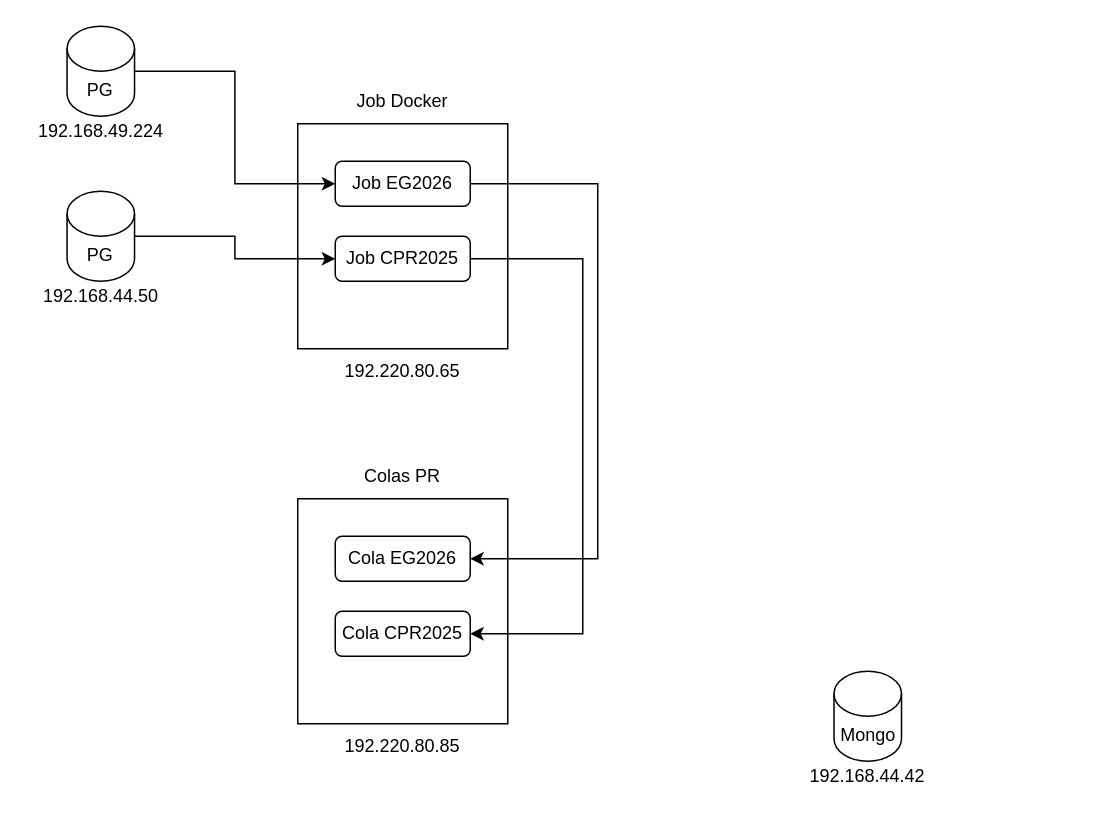
Above: sce.drawio in florescastrokevin/sce (draw.io), before the change. Source tidied: cells renumbered, new cells numbered last; positions are measured from the earlier drawing's top-left corner, leaving out a move shared by most shapes. Both pictures are drawn from the tidied source at 150%, with x=0, y=0 at pixel (26, 26).
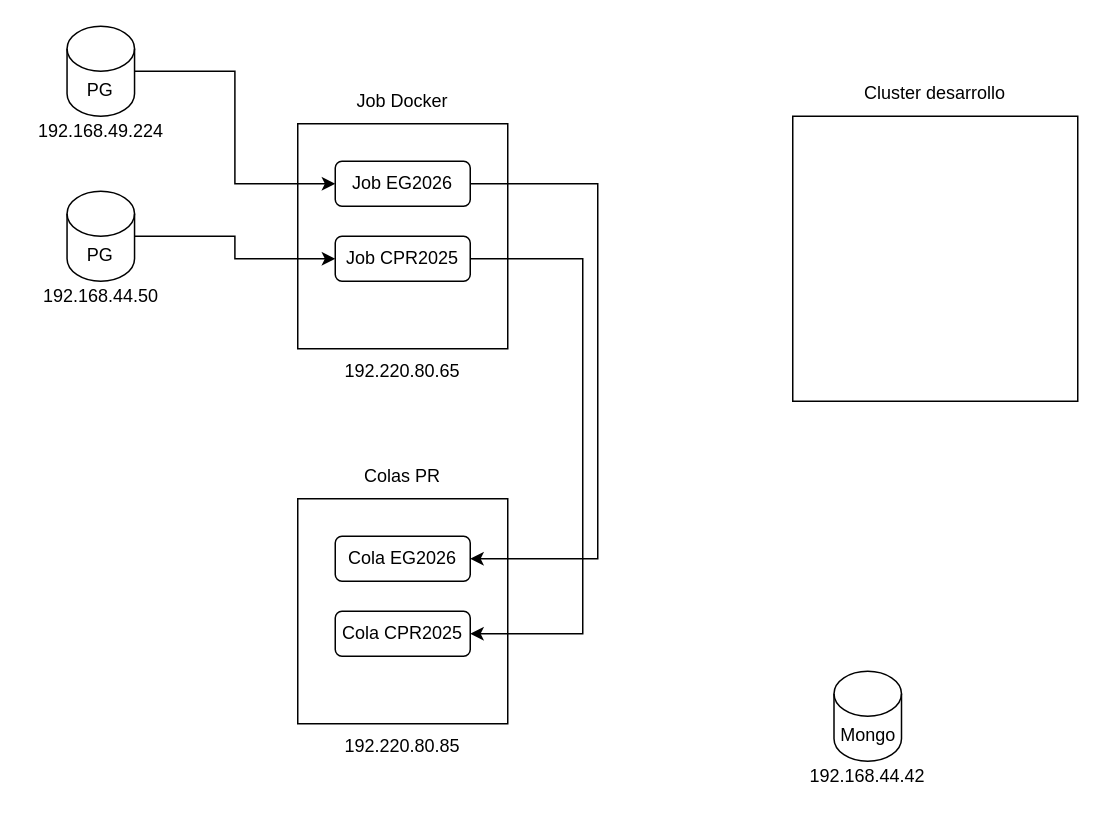
After the change.

The edit, as a diff of the source:
```diff
@@
+    <mxCell id="27" style="rounded=0;whiteSpace=wrap;html=1;" parent="1" vertex="1">
+      <mxGeometry x="511" y="60" width="190" height="190" as="geometry" />
+    </mxCell>
@@
+    <mxCell id="28" value="Cluster desarrollo" style="text;html=1;align=center;verticalAlign=middle;whiteSpace=wrap;rounded=0;" parent="1" vertex="1">
+      <mxGeometry x="511" y="30" width="190" height="30" as="geometry" />
+    </mxCell>
```
